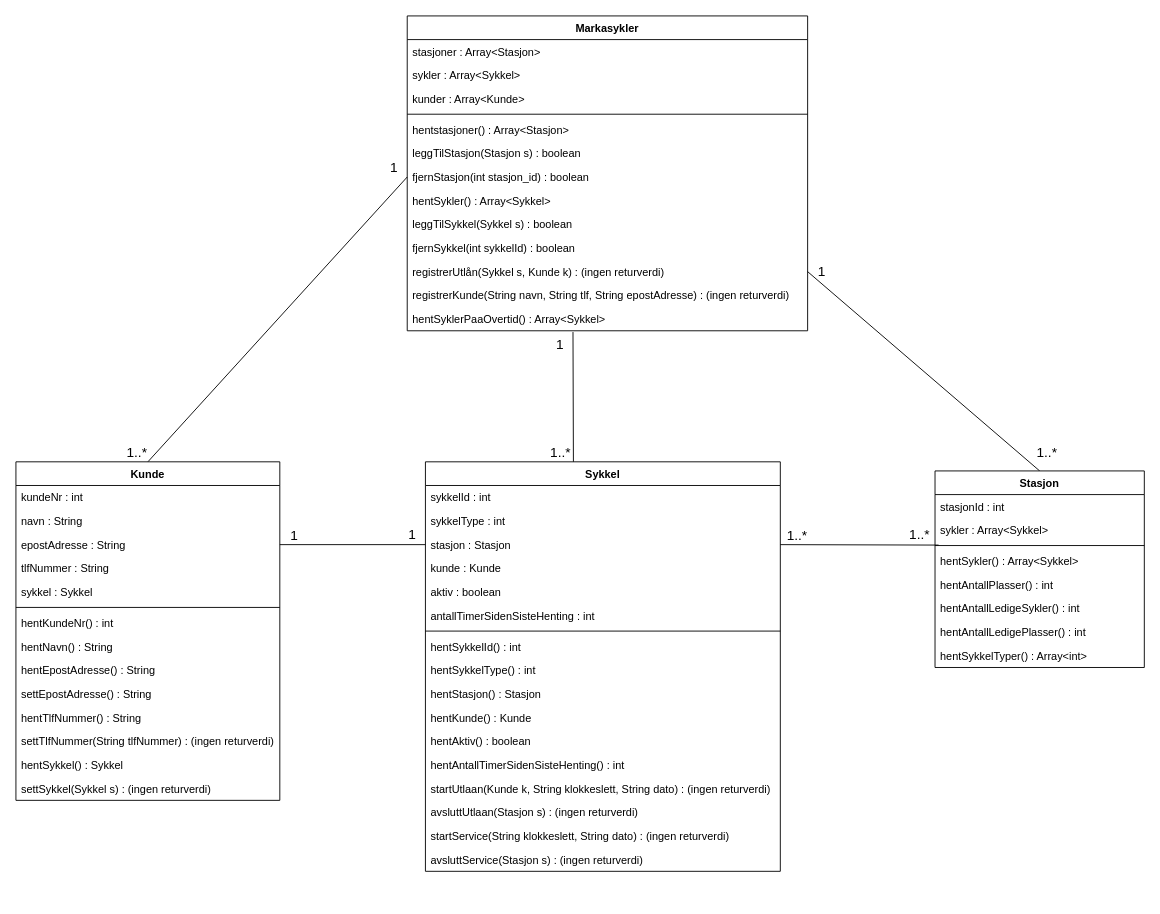
Beornus/Systemutvikling keeps this draw.io diagram as KlassediagramSystemutvikling.drawio. Above is the earlier version. Source tidied: cells renumbered, new cells numbered last; positions are measured from the earlier drawing's top-left corner, leaving out a move shared by most shapes. Both pictures are drawn from the tidied source at 91%, with x=0, y=0 at pixel (15, 15).
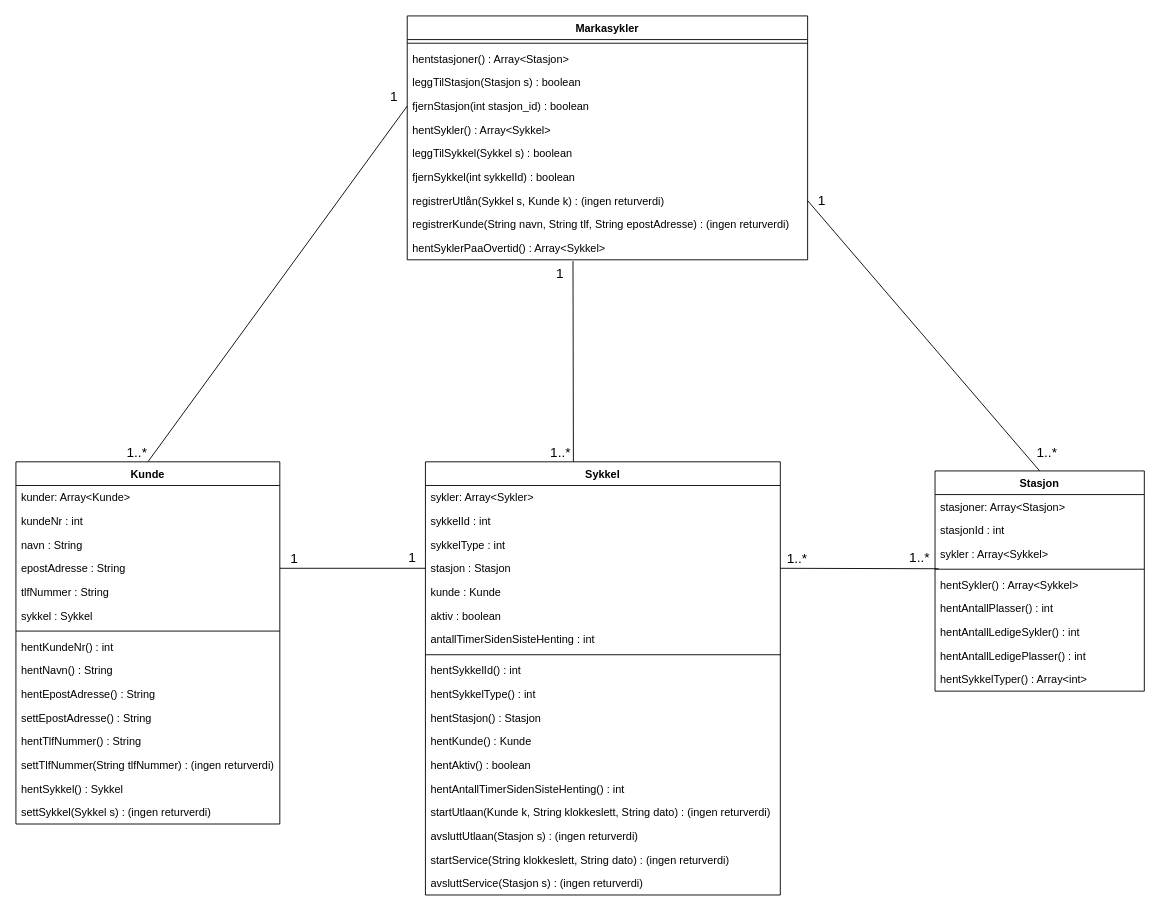
The same page after the edit.

The edit, as a diff of the source:
```diff
@@
     <mxCell id="17" value="Markasykler" style="swimlane;fontStyle=1;align=center;verticalAlign=top;horizontal=1;startSize=26;" parent="1" vertex="1">
-      <mxGeometry x="430" width="440" height="346" as="geometry" />
+      <mxGeometry x="430" width="440" height="268" as="geometry" />
     </mxCell>
-    <mxCell id="18" value="stasjoner : Array&lt;Stasjon&gt;" style="text;strokeColor=none;fillColor=none;align=left;verticalAlign=top;spacingLeft=4;spacingRight=4;overflow=hidden;" parent="17" vertex="1">
-      <mxGeometry y="26" width="440" height="26" as="geometry" />
-    </mxCell>
-    <mxCell id="19" value="sykler : Array&lt;Sykkel&gt;" style="text;strokeColor=none;fillColor=none;align=left;verticalAlign=top;spacingLeft=4;spacingRight=4;overflow=hidden;" parent="17" vertex="1">
-      <mxGeometry y="52" width="440" height="26" as="geometry" />
-    </mxCell>
-    <mxCell id="20" value="kunder : Array&lt;Kunde&gt;" style="text;strokeColor=none;fillColor=none;align=left;verticalAlign=top;spacingLeft=4;spacingRight=4;overflow=hidden;" parent="17" vertex="1">
-      <mxGeometry y="78" width="440" height="26" as="geometry" />
-    </mxCell>
     <mxCell id="21" style="line;strokeWidth=1;fillColor=none;align=left;verticalAlign=middle;spacingTop=-1;spacingLeft=3;spacingRight=3;labelPosition=right;" parent="17" vertex="1">
-      <mxGeometry y="104" width="440" height="8" as="geometry" />
+      <mxGeometry y="26" width="440" height="8" as="geometry" />
     </mxCell>
     <mxCell id="22" value="hentstasjoner() : Array&lt;Stasjon&gt;" style="text;strokeColor=none;fillColor=none;align=left;verticalAlign=top;spacingLeft=4;spacingRight=4;overflow=hidden;" parent="17" vertex="1">
-      <mxGeometry y="112" width="440" height="26" as="geometry" />
+      <mxGeometry y="34" width="440" height="26" as="geometry" />
     </mxCell>
     <mxCell id="23" value="leggTilStasjon(Stasjon s) : boolean" style="text;strokeColor=none;fillColor=none;align=left;verticalAlign=top;spacingLeft=4;spacingRight=4;overflow=hidden;" parent="17" vertex="1">
-      <mxGeometry y="138" width="440" height="26" as="geometry" />
+      <mxGeometry y="60" width="440" height="26" as="geometry" />
     </mxCell>
     <mxCell id="24" value="fjernStasjon(int stasjon_id) : boolean" style="text;strokeColor=none;fillColor=none;align=left;verticalAlign=top;spacingLeft=4;spacingRight=4;overflow=hidden;points=[[0,0.5],[1,0.5]];portConstraint=eastwest;" parent="17" vertex="1">
-      <mxGeometry y="164" width="440" height="26" as="geometry" />
+      <mxGeometry y="86" width="440" height="26" as="geometry" />
     </mxCell>
     <mxCell id="25" value="hentSykler() : Array&lt;Sykkel&gt;" style="text;strokeColor=none;fillColor=none;align=left;verticalAlign=top;spacingLeft=4;spacingRight=4;overflow=hidden;" parent="17" vertex="1">
-      <mxGeometry y="190" width="440" height="26" as="geometry" />
+      <mxGeometry y="112" width="440" height="26" as="geometry" />
     </mxCell>
     <mxCell id="26" value="leggTilSykkel(Sykkel s) : boolean" style="text;strokeColor=none;fillColor=none;align=left;verticalAlign=top;spacingLeft=4;spacingRight=4;overflow=hidden;" parent="17" vertex="1">
-      <mxGeometry y="216" width="440" height="26" as="geometry" />
+      <mxGeometry y="138" width="440" height="26" as="geometry" />
     </mxCell>
     <mxCell id="27" value="fjernSykkel(int sykkelId) : boolean" style="text;strokeColor=none;fillColor=none;align=left;verticalAlign=top;spacingLeft=4;spacingRight=4;overflow=hidden;" parent="17" vertex="1">
-      <mxGeometry y="242" width="440" height="26" as="geometry" />
+      <mxGeometry y="164" width="440" height="26" as="geometry" />
     </mxCell>
     <mxCell id="28" value="registrerUtlån(Sykkel s, Kunde k) : (ingen returverdi) " style="text;strokeColor=none;fillColor=none;align=left;verticalAlign=top;spacingLeft=4;spacingRight=4;overflow=hidden;points=[[0,0.5],[1,0.5]];portConstraint=eastwest;" parent="17" vertex="1">
-      <mxGeometry y="268" width="440" height="26" as="geometry" />
+      <mxGeometry y="190" width="440" height="26" as="geometry" />
     </mxCell>
     <mxCell id="29" value="registrerKunde(String navn, String tlf, String epostAdresse) : (ingen returverdi)" style="text;strokeColor=none;fillColor=none;align=left;verticalAlign=top;spacingLeft=4;spacingRight=4;overflow=hidden;" parent="17" vertex="1">
-      <mxGeometry y="294" width="440" height="26" as="geometry" />
+      <mxGeometry y="216" width="440" height="26" as="geometry" />
     </mxCell>
     <mxCell id="30" value="hentSyklerPaaOvertid() : Array&lt;Sykkel&gt;" style="text;strokeColor=none;fillColor=none;align=left;verticalAlign=top;spacingLeft=4;spacingRight=4;overflow=hidden;points=[[0,0.5],[1,0.5]];portConstraint=eastwest;" parent="17" vertex="1">
-      <mxGeometry y="320" width="440" height="26" as="geometry" />
+      <mxGeometry y="242" width="440" height="26" as="geometry" />
     </mxCell>
     <mxCell id="31" value="Kunde" style="swimlane;fontStyle=1;align=center;verticalAlign=top;horizontal=1;startSize=26;" parent="1" vertex="1">
-      <mxGeometry y="490" width="290" height="372" as="geometry" />
+      <mxGeometry y="490" width="290" height="398" as="geometry" />
     </mxCell>
+    <mxCell id="73" value="kunder: Array&lt;Kunde&gt;" style="text;strokeColor=none;fillColor=none;align=left;verticalAlign=top;spacingLeft=4;spacingRight=4;overflow=hidden;" parent="31" vertex="1">
+      <mxGeometry y="26" width="290" height="26" as="geometry" />
+    </mxCell>
     <mxCell id="32" value="kundeNr : int" style="text;strokeColor=none;fillColor=none;align=left;verticalAlign=top;spacingLeft=4;spacingRight=4;overflow=hidden;fontStyle=0;" parent="31" vertex="1">
-      <mxGeometry y="26" width="290" height="26" as="geometry" />
+      <mxGeometry y="52" width="290" height="26" as="geometry" />
     </mxCell>
     <mxCell id="33" value="navn : String" style="text;strokeColor=none;fillColor=none;align=left;verticalAlign=top;spacingLeft=4;spacingRight=4;overflow=hidden;" parent="31" vertex="1">
-      <mxGeometry y="52" width="290" height="26" as="geometry" />
+      <mxGeometry y="78" width="290" height="26" as="geometry" />
     </mxCell>
     <mxCell id="34" value="epostAdresse : String" style="text;strokeColor=none;fillColor=none;align=left;verticalAlign=top;spacingLeft=4;spacingRight=4;overflow=hidden;points=[[0,0.5],[1,0.5]];portConstraint=eastwest;" parent="31" vertex="1">
-      <mxGeometry y="78" width="290" height="26" as="geometry" />
+      <mxGeometry y="104" width="290" height="26" as="geometry" />
     </mxCell>
     <mxCell id="35" value="tlfNummer : String" style="text;strokeColor=none;fillColor=none;align=left;verticalAlign=top;spacingLeft=4;spacingRight=4;overflow=hidden;" parent="31" vertex="1">
-      <mxGeometry y="104" width="290" height="26" as="geometry" />
+      <mxGeometry y="130" width="290" height="26" as="geometry" />
     </mxCell>
     <mxCell id="36" value="sykkel : Sykkel" style="text;strokeColor=none;fillColor=none;align=left;verticalAlign=top;spacingLeft=4;spacingRight=4;overflow=hidden;" parent="31" vertex="1">
-      <mxGeometry y="130" width="290" height="26" as="geometry" />
+      <mxGeometry y="156" width="290" height="26" as="geometry" />
     </mxCell>
     <mxCell id="37" style="line;strokeWidth=1;fillColor=none;align=left;verticalAlign=middle;spacingTop=-1;spacingLeft=3;spacingRight=3;labelPosition=right;" parent="31" vertex="1">
-      <mxGeometry y="156" width="290" height="8" as="geometry" />
+      <mxGeometry y="182" width="290" height="8" as="geometry" />
     </mxCell>
     <mxCell id="38" value="hentKundeNr() : int" style="text;strokeColor=none;fillColor=none;align=left;verticalAlign=top;spacingLeft=4;spacingRight=4;overflow=hidden;" parent="31" vertex="1">
-      <mxGeometry y="164" width="290" height="26" as="geometry" />
+      <mxGeometry y="190" width="290" height="26" as="geometry" />
     </mxCell>
     <mxCell id="39" value="hentNavn() : String" style="text;strokeColor=none;fillColor=none;align=left;verticalAlign=top;spacingLeft=4;spacingRight=4;overflow=hidden;" parent="31" vertex="1">
-      <mxGeometry y="190" width="290" height="26" as="geometry" />
+      <mxGeometry y="216" width="290" height="26" as="geometry" />
     </mxCell>
     <mxCell id="40" value="hentEpostAdresse() : String" style="text;strokeColor=none;fillColor=none;align=left;verticalAlign=top;spacingLeft=4;spacingRight=4;overflow=hidden;" parent="31" vertex="1">
-      <mxGeometry y="216" width="290" height="26" as="geometry" />
+      <mxGeometry y="242" width="290" height="26" as="geometry" />
     </mxCell>
     <mxCell id="41" value="settEpostAdresse() : String" style="text;strokeColor=none;fillColor=none;align=left;verticalAlign=top;spacingLeft=4;spacingRight=4;overflow=hidden;" parent="31" vertex="1">
-      <mxGeometry y="242" width="290" height="26" as="geometry" />
+      <mxGeometry y="268" width="290" height="26" as="geometry" />
     </mxCell>
     <mxCell id="42" value="hentTlfNummer() : String" style="text;strokeColor=none;fillColor=none;align=left;verticalAlign=top;spacingLeft=4;spacingRight=4;overflow=hidden;" parent="31" vertex="1">
-      <mxGeometry y="268" width="290" height="26" as="geometry" />
+      <mxGeometry y="294" width="290" height="26" as="geometry" />
     </mxCell>
     <mxCell id="43" value="settTlfNummer(String tlfNummer) : (ingen returverdi)" style="text;strokeColor=none;fillColor=none;align=left;verticalAlign=top;spacingLeft=4;spacingRight=4;overflow=hidden;" parent="31" vertex="1">
-      <mxGeometry y="294" width="290" height="26" as="geometry" />
+      <mxGeometry y="320" width="290" height="26" as="geometry" />
     </mxCell>
     <mxCell id="44" value="hentSykkel() : Sykkel" style="text;strokeColor=none;fillColor=none;align=left;verticalAlign=top;spacingLeft=4;spacingRight=4;overflow=hidden;" parent="31" vertex="1">
-      <mxGeometry y="320" width="290" height="26" as="geometry" />
+      <mxGeometry y="346" width="290" height="26" as="geometry" />
     </mxCell>
     <mxCell id="45" value="settSykkel(Sykkel s) : (ingen returverdi)" style="text;strokeColor=none;fillColor=none;align=left;verticalAlign=top;spacingLeft=4;spacingRight=4;overflow=hidden;" parent="31" vertex="1">
-      <mxGeometry y="346" width="290" height="26" as="geometry" />
+      <mxGeometry y="372" width="290" height="26" as="geometry" />
     </mxCell>
     <mxCell id="46" value="Sykkel" style="swimlane;fontStyle=1;align=center;verticalAlign=top;horizontal=1;startSize=26;" parent="1" vertex="1">
-      <mxGeometry x="450" y="490" width="390" height="450" as="geometry" />
+      <mxGeometry x="450" y="490" width="390" height="476" as="geometry" />
     </mxCell>
+    <mxCell id="74" value="sykler: Array&lt;Sykler&gt;" style="text;strokeColor=none;fillColor=none;align=left;verticalAlign=top;spacingLeft=4;spacingRight=4;overflow=hidden;" parent="46" vertex="1">
+      <mxGeometry y="26" width="390" height="26" as="geometry" />
+    </mxCell>
     <mxCell id="47" value="sykkelId : int" style="text;strokeColor=none;fillColor=none;align=left;verticalAlign=top;spacingLeft=4;spacingRight=4;overflow=hidden;fontStyle=0;" parent="46" vertex="1">
-      <mxGeometry y="26" width="390" height="26" as="geometry" />
+      <mxGeometry y="52" width="390" height="26" as="geometry" />
     </mxCell>
     <mxCell id="48" value="sykkelType : int" style="text;strokeColor=none;fillColor=none;align=left;verticalAlign=top;spacingLeft=4;spacingRight=4;overflow=hidden;" parent="46" vertex="1">
-      <mxGeometry y="52" width="390" height="26" as="geometry" />
+      <mxGeometry y="78" width="390" height="26" as="geometry" />
     </mxCell>
     <mxCell id="49" value="stasjon : Stasjon" style="text;strokeColor=none;fillColor=none;align=left;verticalAlign=top;spacingLeft=4;spacingRight=4;overflow=hidden;points=[[0,0.5],[1,0.5]];portConstraint=eastwest;" parent="46" vertex="1">
-      <mxGeometry y="78" width="390" height="26" as="geometry" />
+      <mxGeometry y="104" width="390" height="26" as="geometry" />
     </mxCell>
     <mxCell id="50" value="kunde : Kunde" style="text;strokeColor=none;fillColor=none;align=left;verticalAlign=top;spacingLeft=4;spacingRight=4;overflow=hidden;" parent="46" vertex="1">
-      <mxGeometry y="104" width="390" height="26" as="geometry" />
+      <mxGeometry y="130" width="390" height="26" as="geometry" />
     </mxCell>
     <mxCell id="51" value="aktiv : boolean" style="text;strokeColor=none;fillColor=none;align=left;verticalAlign=top;spacingLeft=4;spacingRight=4;overflow=hidden;" parent="46" vertex="1">
-      <mxGeometry y="130" width="390" height="26" as="geometry" />
+      <mxGeometry y="156" width="390" height="26" as="geometry" />
     </mxCell>
     <mxCell id="52" value="antallTimerSidenSisteHenting : int" style="text;strokeColor=none;fillColor=none;align=left;verticalAlign=top;spacingLeft=4;spacingRight=4;overflow=hidden;" parent="46" vertex="1">
-      <mxGeometry y="156" width="390" height="26" as="geometry" />
+      <mxGeometry y="182" width="390" height="26" as="geometry" />
     </mxCell>
     <mxCell id="53" style="line;strokeWidth=1;fillColor=none;align=left;verticalAlign=middle;spacingTop=-1;spacingLeft=3;spacingRight=3;labelPosition=right;" parent="46" vertex="1">
-      <mxGeometry y="182" width="390" height="8" as="geometry" />
+      <mxGeometry y="208" width="390" height="8" as="geometry" />
     </mxCell>
     <mxCell id="54" value="hentSykkelId() : int" style="text;strokeColor=none;fillColor=none;align=left;verticalAlign=top;spacingLeft=4;spacingRight=4;overflow=hidden;" parent="46" vertex="1">
-      <mxGeometry y="190" width="390" height="26" as="geometry" />
+      <mxGeometry y="216" width="390" height="26" as="geometry" />
     </mxCell>
     <mxCell id="55" value="hentSykkelType() : int" style="text;strokeColor=none;fillColor=none;align=left;verticalAlign=top;spacingLeft=4;spacingRight=4;overflow=hidden;" parent="46" vertex="1">
-      <mxGeometry y="216" width="390" height="26" as="geometry" />
+      <mxGeometry y="242" width="390" height="26" as="geometry" />
     </mxCell>
     <mxCell id="56" value="hentStasjon() : Stasjon" style="text;strokeColor=none;fillColor=none;align=left;verticalAlign=top;spacingLeft=4;spacingRight=4;overflow=hidden;" parent="46" vertex="1">
-      <mxGeometry y="242" width="390" height="26" as="geometry" />
+      <mxGeometry y="268" width="390" height="26" as="geometry" />
     </mxCell>
     <mxCell id="57" value="hentKunde() : Kunde" style="text;strokeColor=none;fillColor=none;align=left;verticalAlign=top;spacingLeft=4;spacingRight=4;overflow=hidden;" parent="46" vertex="1">
-      <mxGeometry y="268" width="390" height="26" as="geometry" />
+      <mxGeometry y="294" width="390" height="26" as="geometry" />
     </mxCell>
     <mxCell id="58" value="hentAktiv() : boolean" style="text;strokeColor=none;fillColor=none;align=left;verticalAlign=top;spacingLeft=4;spacingRight=4;overflow=hidden;" parent="46" vertex="1">
-      <mxGeometry y="294" width="390" height="26" as="geometry" />
+      <mxGeometry y="320" width="390" height="26" as="geometry" />
     </mxCell>
     <mxCell id="59" value="hentAntallTimerSidenSisteHenting() : int" style="text;strokeColor=none;fillColor=none;align=left;verticalAlign=top;spacingLeft=4;spacingRight=4;overflow=hidden;" parent="46" vertex="1">
-      <mxGeometry y="320" width="390" height="26" as="geometry" />
+      <mxGeometry y="346" width="390" height="26" as="geometry" />
     </mxCell>
     <mxCell id="60" value="startUtlaan(Kunde k, String klokkeslett, String dato) : (ingen returverdi)" style="text;strokeColor=none;fillColor=none;align=left;verticalAlign=top;spacingLeft=4;spacingRight=4;overflow=hidden;" parent="46" vertex="1">
-      <mxGeometry y="346" width="390" height="26" as="geometry" />
+      <mxGeometry y="372" width="390" height="26" as="geometry" />
     </mxCell>
     <mxCell id="61" value="avsluttUtlaan(Stasjon s) : (ingen returverdi)" style="text;strokeColor=none;fillColor=none;align=left;verticalAlign=top;spacingLeft=4;spacingRight=4;overflow=hidden;" parent="46" vertex="1">
-      <mxGeometry y="372" width="390" height="26" as="geometry" />
+      <mxGeometry y="398" width="390" height="26" as="geometry" />
     </mxCell>
     <mxCell id="62" value="startService(String klokkeslett, String dato) : (ingen returverdi)" style="text;strokeColor=none;fillColor=none;align=left;verticalAlign=top;spacingLeft=4;spacingRight=4;overflow=hidden;" parent="46" vertex="1">
-      <mxGeometry y="398" width="390" height="26" as="geometry" />
+      <mxGeometry y="424" width="390" height="26" as="geometry" />
     </mxCell>
     <mxCell id="63" value="avsluttService(Stasjon s) : (ingen returverdi)" style="text;strokeColor=none;fillColor=none;align=left;verticalAlign=top;spacingLeft=4;spacingRight=4;overflow=hidden;" parent="46" vertex="1">
-      <mxGeometry y="424" width="390" height="26" as="geometry" />
+      <mxGeometry y="450" width="390" height="26" as="geometry" />
     </mxCell>
     <mxCell id="64" value="Stasjon" style="swimlane;fontStyle=1;align=center;verticalAlign=top;horizontal=1;startSize=26;" parent="1" vertex="1">
-      <mxGeometry x="1010" y="500" width="230" height="216" as="geometry" />
+      <mxGeometry x="1010" y="500" width="230" height="242" as="geometry" />
     </mxCell>
+    <mxCell id="75" value="stasjoner: Array&lt;Stasjon&gt;&#10;" style="text;strokeColor=none;fillColor=none;align=left;verticalAlign=top;spacingLeft=4;spacingRight=4;overflow=hidden;" parent="64" vertex="1">
+      <mxGeometry y="26" width="230" height="26" as="geometry" />
+    </mxCell>
     <mxCell id="65" value="stasjonId : int" style="text;strokeColor=none;fillColor=none;align=left;verticalAlign=top;spacingLeft=4;spacingRight=4;overflow=hidden;fontStyle=0;" parent="64" vertex="1">
-      <mxGeometry y="26" width="230" height="26" as="geometry" />
+      <mxGeometry y="52" width="230" height="26" as="geometry" />
     </mxCell>
     <mxCell id="66" value="sykler : Array&lt;Sykkel&gt;" style="text;strokeColor=none;fillColor=none;align=left;verticalAlign=top;spacingLeft=4;spacingRight=4;overflow=hidden;" parent="64" vertex="1">
-      <mxGeometry y="52" width="230" height="26" as="geometry" />
+      <mxGeometry y="78" width="230" height="26" as="geometry" />
     </mxCell>
     <mxCell id="67" style="line;strokeWidth=1;fillColor=none;align=left;verticalAlign=middle;spacingTop=-1;spacingLeft=3;spacingRight=3;labelPosition=right;points=[];portConstraint=eastwest;" parent="64" vertex="1">
-      <mxGeometry y="78" width="230" height="8" as="geometry" />
+      <mxGeometry y="104" width="230" height="8" as="geometry" />
     </mxCell>
     <mxCell id="68" value="hentSykler() : Array&lt;Sykkel&gt;" style="text;strokeColor=none;fillColor=none;align=left;verticalAlign=top;spacingLeft=4;spacingRight=4;overflow=hidden;" parent="64" vertex="1">
-      <mxGeometry y="86" width="230" height="26" as="geometry" />
+      <mxGeometry y="112" width="230" height="26" as="geometry" />
     </mxCell>
     <mxCell id="69" value="hentAntallPlasser() : int" style="text;strokeColor=none;fillColor=none;align=left;verticalAlign=top;spacingLeft=4;spacingRight=4;overflow=hidden;" parent="64" vertex="1">
-      <mxGeometry y="112" width="230" height="26" as="geometry" />
+      <mxGeometry y="138" width="230" height="26" as="geometry" />
     </mxCell>
     <mxCell id="70" value="hentAntallLedigeSykler() : int" style="text;strokeColor=none;fillColor=none;align=left;verticalAlign=top;spacingLeft=4;spacingRight=4;overflow=hidden;" parent="64" vertex="1">
-      <mxGeometry y="138" width="230" height="26" as="geometry" />
+      <mxGeometry y="164" width="230" height="26" as="geometry" />
     </mxCell>
     <mxCell id="71" value="hentAntallLedigePlasser() : int" style="text;strokeColor=none;fillColor=none;align=left;verticalAlign=top;spacingLeft=4;spacingRight=4;overflow=hidden;" parent="64" vertex="1">
-      <mxGeometry y="164" width="230" height="26" as="geometry" />
+      <mxGeometry y="190" width="230" height="26" as="geometry" />
     </mxCell>
     <mxCell id="72" value="hentSykkelTyper() : Array&lt;int&gt;" style="text;strokeColor=none;fillColor=none;align=left;verticalAlign=top;spacingLeft=4;spacingRight=4;overflow=hidden;" parent="64" vertex="1">
-      <mxGeometry y="190" width="230" height="26" as="geometry" />
+      <mxGeometry y="216" width="230" height="26" as="geometry" />
     </mxCell>
```
